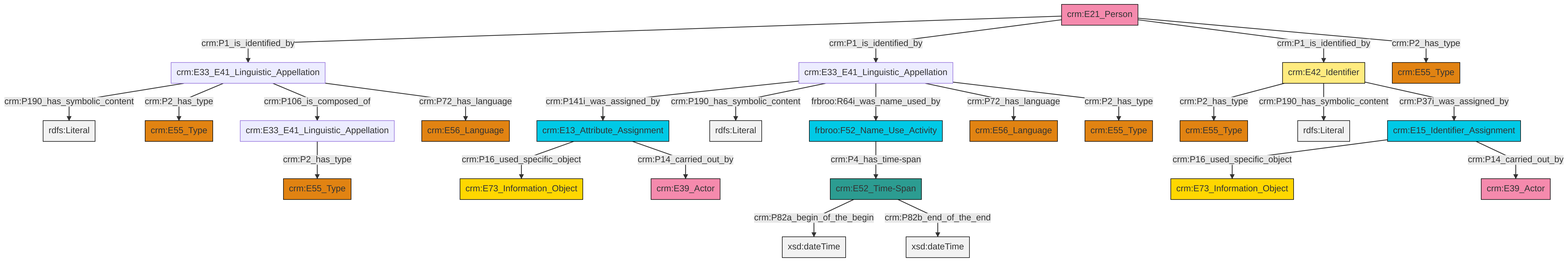
Above: et/personCSV/ttl/mmd/png/Person_Names_and_Classification.png in swiss-art-research-net/docs.swissartresearch (Mermaid), before the change. Its source is kept beside it as et/personCSV/ttl/mmd/Person_Names_and_Classification.ttl.mmd.
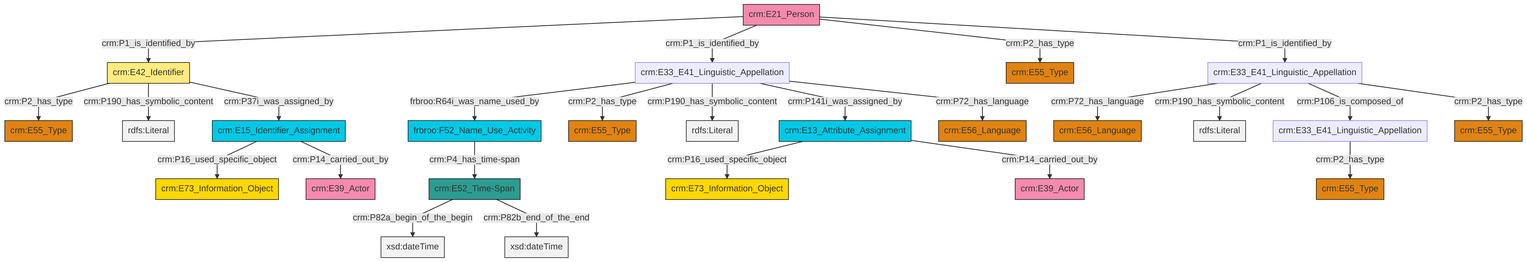
After the change.

The edit, as a diff of the source:
```diff
@@ -13,27 +13,27 @@
 classDef PC_Classes fill:#4ce600, stroke:#000000;
 classDef Multi fill:#cccccc,stroke:#000000;
 
-4["crm:E42_Identifier"]:::Appellation -->|crm:P2_has_type| 5["crm:E55_Type"]:::Type
-6["crm:E52_Time-Span"]:::Time-Span -->|crm:P82a_begin_of_the_begin| 7[xsd:dateTime]:::Literal
-9["crm:E33_E41_Linguistic_Appellation"]:::Default -->|crm:P141i_was_assigned_by| 10["crm:E13_Attribute_Assignment"]:::Temporal_Entity
-0["crm:E33_E41_Linguistic_Appellation"]:::Default -->|crm:P190_has_symbolic_content| 11[rdfs:Literal]:::Literal
-10["crm:E13_Attribute_Assignment"]:::Temporal_Entity -->|crm:P16_used_specific_object| 12["crm:E73_Information_Object"]:::Conceptual_Object
-15["crm:E33_E41_Linguistic_Appellation"]:::Default -->|crm:P2_has_type| 16["crm:E55_Type"]:::Type
-9["crm:E33_E41_Linguistic_Appellation"]:::Default -->|crm:P190_has_symbolic_content| 17[rdfs:Literal]:::Literal
-4["crm:E42_Identifier"]:::Appellation -->|crm:P190_has_symbolic_content| 18[rdfs:Literal]:::Literal
-0["crm:E33_E41_Linguistic_Appellation"]:::Default -->|crm:P2_has_type| 21["crm:E55_Type"]:::Type
-25["crm:E21_Person"]:::Actor -->|crm:P1_is_identified_by| 0["crm:E33_E41_Linguistic_Appellation"]:::Default
-10["crm:E13_Attribute_Assignment"]:::Temporal_Entity -->|crm:P14_carried_out_by| 23["crm:E39_Actor"]:::Actor
-4["crm:E42_Identifier"]:::Appellation -->|crm:P37i_was_assigned_by| 29["crm:E15_Identifier_Assignment"]:::Temporal_Entity
-2["frbroo:F52_Name_Use_Activity"]:::Temporal_Entity -->|crm:P4_has_time-span| 6["crm:E52_Time-Span"]:::Time-Span
-29["crm:E15_Identifier_Assignment"]:::Temporal_Entity -->|crm:P16_used_specific_object| 26["crm:E73_Information_Object"]:::Conceptual_Object
-9["crm:E33_E41_Linguistic_Appellation"]:::Default -->|frbroo:R64i_was_name_used_by| 2["frbroo:F52_Name_Use_Activity"]:::Temporal_Entity
-25["crm:E21_Person"]:::Actor -->|crm:P1_is_identified_by| 9["crm:E33_E41_Linguistic_Appellation"]:::Default
-25["crm:E21_Person"]:::Actor -->|crm:P1_is_identified_by| 4["crm:E42_Identifier"]:::Appellation
-0["crm:E33_E41_Linguistic_Appellation"]:::Default -->|crm:P106_is_composed_of| 15["crm:E33_E41_Linguistic_Appellation"]:::Default
-9["crm:E33_E41_Linguistic_Appellation"]:::Default -->|crm:P72_has_language| 33["crm:E56_Language"]:::Type
-0["crm:E33_E41_Linguistic_Appellation"]:::Default -->|crm:P72_has_language| 19["crm:E56_Language"]:::Type
-6["crm:E52_Time-Span"]:::Time-Span -->|crm:P82b_end_of_the_end| 40[xsd:dateTime]:::Literal
-9["crm:E33_E41_Linguistic_Appellation"]:::Default -->|crm:P2_has_type| 35["crm:E55_Type"]:::Type
-25["crm:E21_Person"]:::Actor -->|crm:P2_has_type| 13["crm:E55_Type"]:::Type
-29["crm:E15_Identifier_Assignment"]:::Temporal_Entity -->|crm:P14_carried_out_by| 37["crm:E39_Actor"]:::Actor
+2["crm:E42_Identifier"]:::Appellation -->|crm:P2_has_type| 3["crm:E55_Type"]:::Type
+4["crm:E33_E41_Linguistic_Appellation"]:::Default -->|crm:P72_has_language| 5["crm:E56_Language"]:::Type
+10["crm:E33_E41_Linguistic_Appellation"]:::Default -->|frbroo:R64i_was_name_used_by| 11["frbroo:F52_Name_Use_Activity"]:::Temporal_Entity
+10["crm:E33_E41_Linguistic_Appellation"]:::Default -->|crm:P2_has_type| 12["crm:E55_Type"]:::Type
+8["crm:E13_Attribute_Assignment"]:::Temporal_Entity -->|crm:P16_used_specific_object| 13["crm:E73_Information_Object"]:::Conceptual_Object
+4["crm:E33_E41_Linguistic_Appellation"]:::Default -->|crm:P190_has_symbolic_content| 14[rdfs:Literal]:::Literal
+11["frbroo:F52_Name_Use_Activity"]:::Temporal_Entity -->|crm:P4_has_time-span| 15["crm:E52_Time-Span"]:::Time-Span
+16["crm:E21_Person"]:::Actor -->|crm:P1_is_identified_by| 2["crm:E42_Identifier"]:::Appellation
+0["crm:E15_Identifier_Assignment"]:::Temporal_Entity -->|crm:P16_used_specific_object| 18["crm:E73_Information_Object"]:::Conceptual_Object
+10["crm:E33_E41_Linguistic_Appellation"]:::Default -->|crm:P190_has_symbolic_content| 21[rdfs:Literal]:::Literal
+24["crm:E33_E41_Linguistic_Appellation"]:::Default -->|crm:P2_has_type| 25["crm:E55_Type"]:::Type
+15["crm:E52_Time-Span"]:::Time-Span -->|crm:P82a_begin_of_the_begin| 30[xsd:dateTime]:::Literal
+4["crm:E33_E41_Linguistic_Appellation"]:::Default -->|crm:P106_is_composed_of| 24["crm:E33_E41_Linguistic_Appellation"]:::Default
+8["crm:E13_Attribute_Assignment"]:::Temporal_Entity -->|crm:P14_carried_out_by| 28["crm:E39_Actor"]:::Actor
+16["crm:E21_Person"]:::Actor -->|crm:P1_is_identified_by| 10["crm:E33_E41_Linguistic_Appellation"]:::Default
+15["crm:E52_Time-Span"]:::Time-Span -->|crm:P82b_end_of_the_end| 36[xsd:dateTime]:::Literal
+16["crm:E21_Person"]:::Actor -->|crm:P2_has_type| 26["crm:E55_Type"]:::Type
+2["crm:E42_Identifier"]:::Appellation -->|crm:P190_has_symbolic_content| 41[rdfs:Literal]:::Literal
+16["crm:E21_Person"]:::Actor -->|crm:P1_is_identified_by| 4["crm:E33_E41_Linguistic_Appellation"]:::Default
+4["crm:E33_E41_Linguistic_Appellation"]:::Default -->|crm:P2_has_type| 6["crm:E55_Type"]:::Type
+0["crm:E15_Identifier_Assignment"]:::Temporal_Entity -->|crm:P14_carried_out_by| 37["crm:E39_Actor"]:::Actor
+10["crm:E33_E41_Linguistic_Appellation"]:::Default -->|crm:P141i_was_assigned_by| 8["crm:E13_Attribute_Assignment"]:::Temporal_Entity
+2["crm:E42_Identifier"]:::Appellation -->|crm:P37i_was_assigned_by| 0["crm:E15_Identifier_Assignment"]:::Temporal_Entity
+10["crm:E33_E41_Linguistic_Appellation"]:::Default -->|crm:P72_has_language| 44["crm:E56_Language"]:::Type
```
